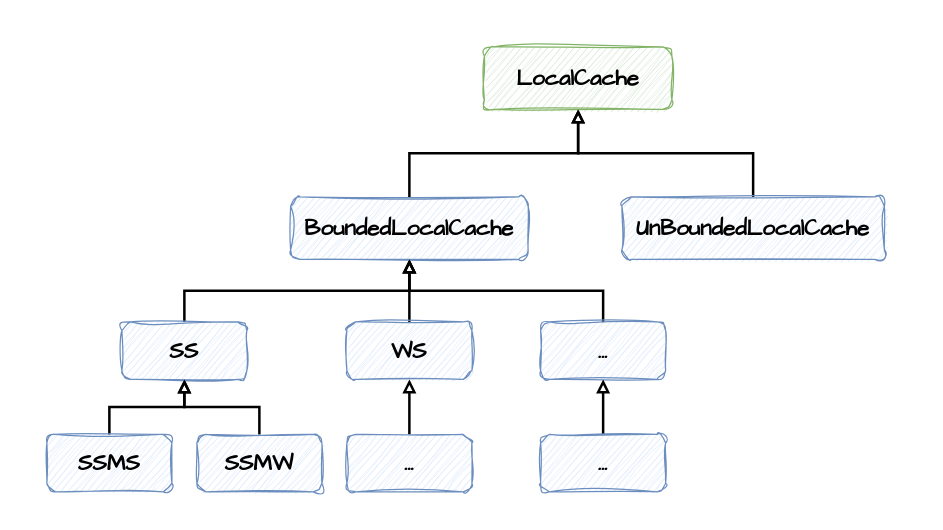
This is src/main/resources/coffeine/SSMS.drawio from FangYuan33/how-much-do-you-know-about-cache, a draw.io file, before an edit. Source tidied: cells renumbered, new cells numbered last; positions are measured from the earlier drawing's top-left corner, leaving out a move shared by most shapes. Both pictures are drawn from the tidied source at 125%, with x=0, y=0 at pixel (21, 21).
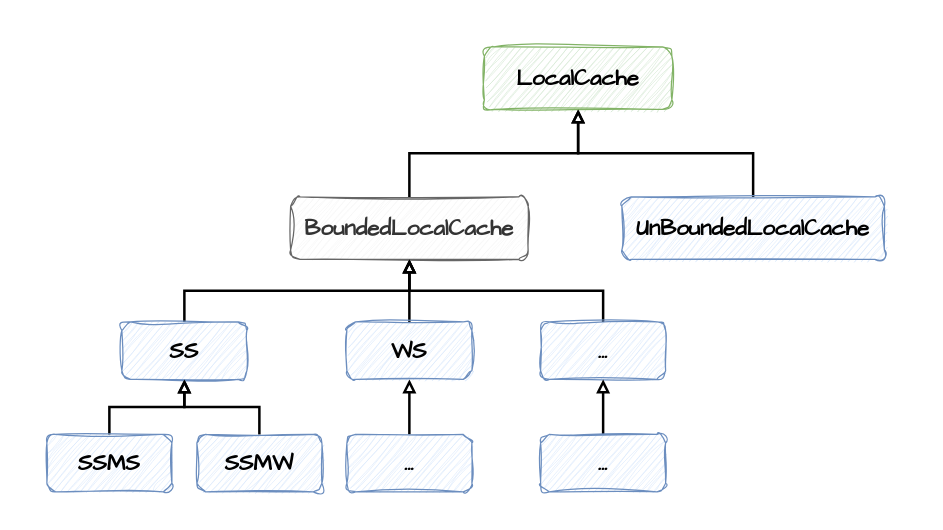
The same page after the edit.

Change to the diagram source:
```diff
@@
-    <mxCell id="8" value="&lt;b style=&quot;border-color: var(--border-color); font-size: 18px;&quot;&gt;&lt;font face=&quot;Comic Sans MS&quot;&gt;BoundedLocalCache&lt;/font&gt;&lt;/b&gt;" style="rounded=1;whiteSpace=wrap;html=1;fillColor=#dae8fc;strokeColor=#6c8ebf;sketch=1;curveFitting=1;jiggle=2;" parent="1" vertex="1">
+    <mxCell id="8" value="&lt;b style=&quot;border-color: var(--border-color); font-size: 18px;&quot;&gt;&lt;font face=&quot;Comic Sans MS&quot;&gt;BoundedLocalCache&lt;/font&gt;&lt;/b&gt;" style="rounded=1;whiteSpace=wrap;html=1;fillColor=#f5f5f5;strokeColor=#666666;sketch=1;curveFitting=1;jiggle=2;fontColor=#333333;" parent="1" vertex="1">
       <mxGeometry x="215" y="140" width="190" height="50" as="geometry" />
     </mxCell>
```
